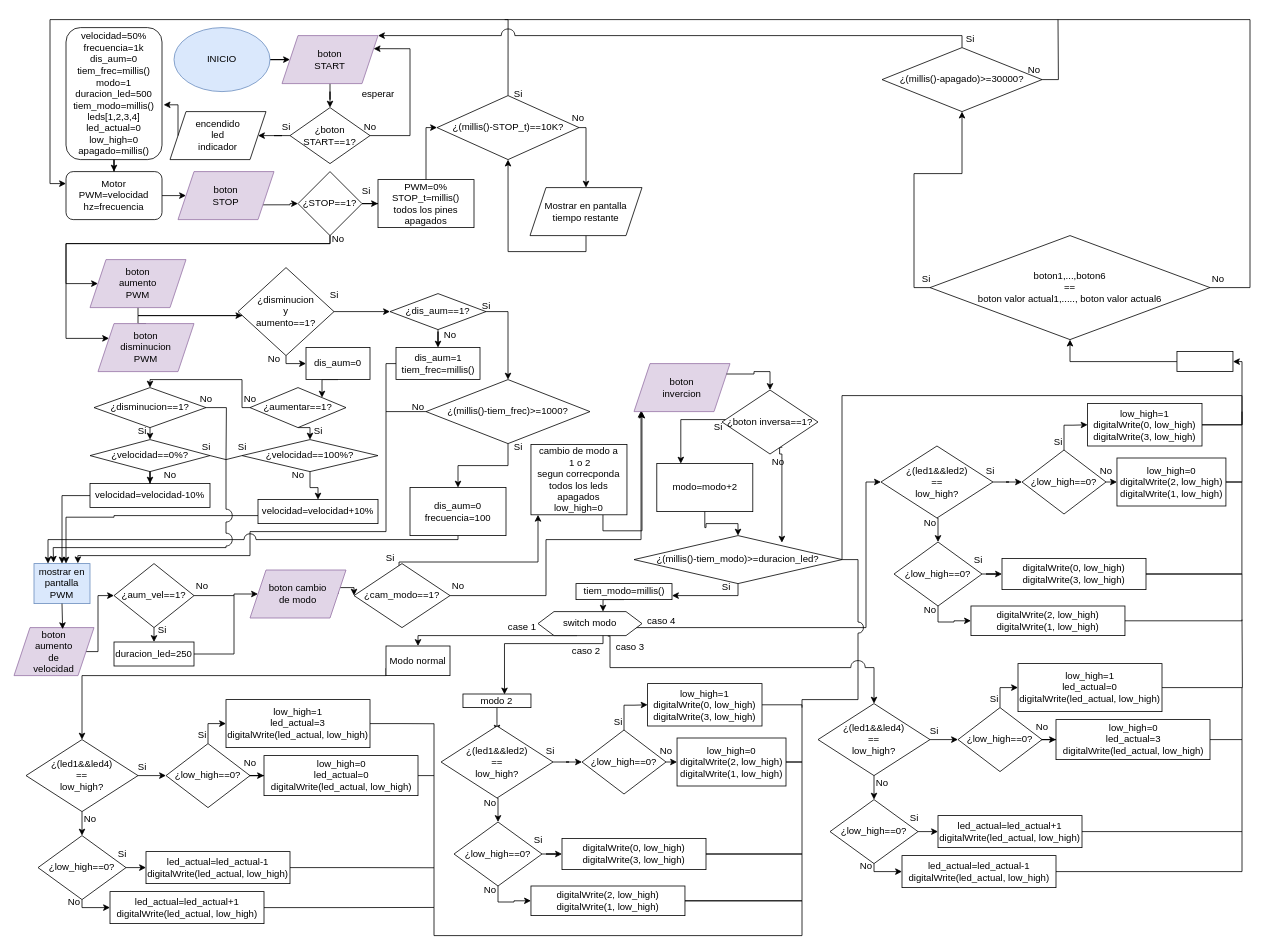
The draw.io diagram diagrama de flujo/Diagrama sin título.drawio in daniguata/examen_tecnico_ingennova, before the edit. Source tidied: cells renumbered, new cells numbered last; positions are measured from the earlier drawing's top-left corner, leaving out a move shared by most shapes. Both pictures are drawn from the tidied source at 80%, with x=0, y=0 at pixel (14, 19).
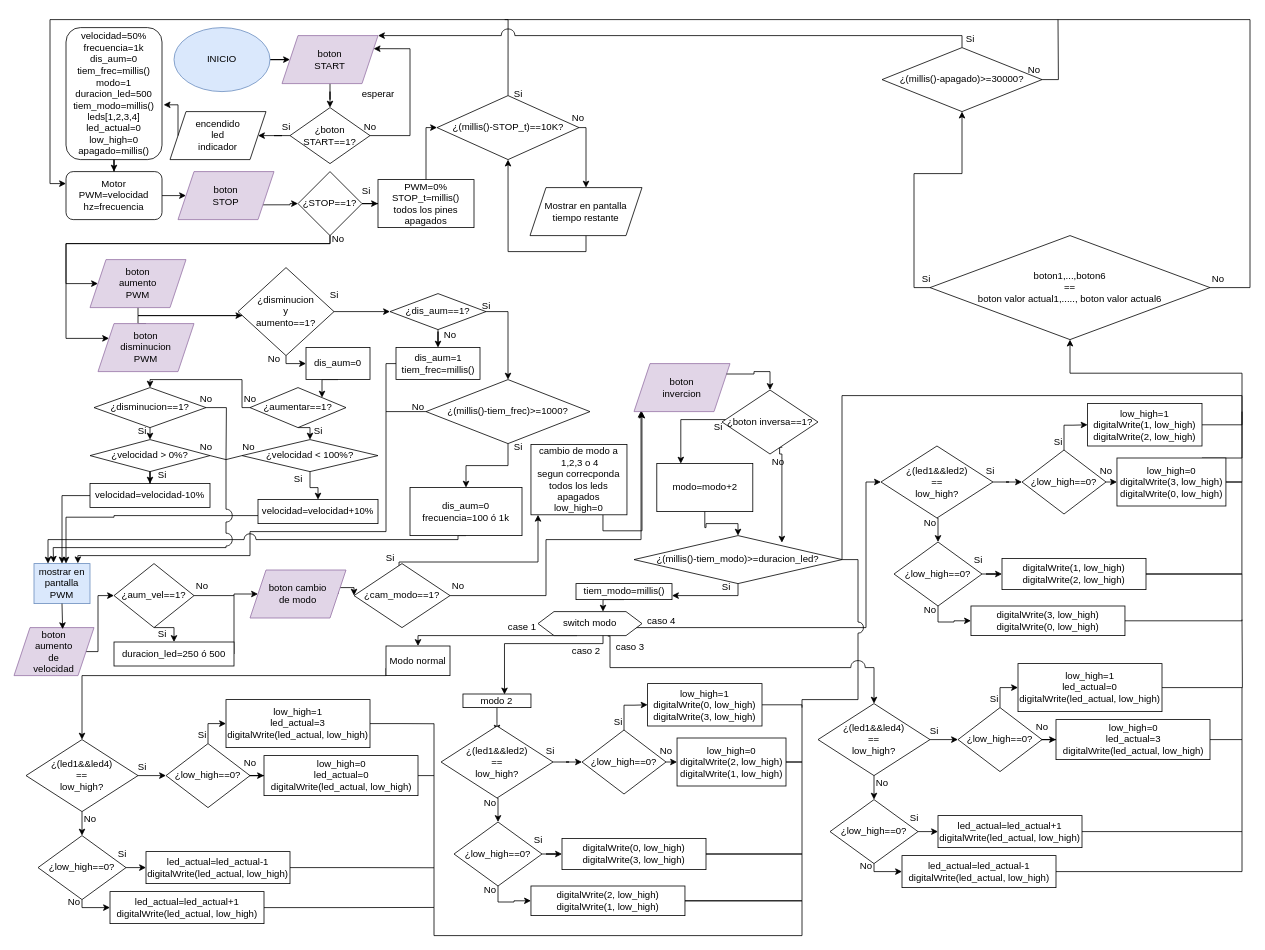
The same page after the edit.

Unchanged cells that the change refers to:
```xml
<mxCell id="235" value="boton1,...,boton6&lt;div&gt;==&lt;/div&gt;&lt;div&gt;boton valor actual1,.....,&amp;nbsp;&lt;span style=&quot;background-color: transparent; color: light-dark(rgb(0, 0, 0), rgb(255, 255, 255));&quot;&gt;boton valor actual6&lt;/span&gt;&lt;/div&gt;" style="rhombus;whiteSpace=wrap;html=1;" parent="1" vertex="1">
  <mxGeometry x="1145" y="270" width="350" height="130" as="geometry" />
</mxCell>
```

What changed in the source:
```diff
@@
-    <mxCell id="42" value="¿velocidad==100%?" style="rhombus;whiteSpace=wrap;html=1;" parent="1" vertex="1">
+    <mxCell id="42" value="¿velocidad &amp;lt; 100%?" style="rhombus;whiteSpace=wrap;html=1;" parent="1" vertex="1">
       <mxGeometry x="285" y="525" width="170" height="40" as="geometry" />
     </mxCell>
@@
-    <mxCell id="44" value="¿velocidad==0%?" style="rhombus;whiteSpace=wrap;html=1;" parent="1" vertex="1">
+    <mxCell id="44" value="¿velocidad &amp;gt; 0%?" style="rhombus;whiteSpace=wrap;html=1;" parent="1" vertex="1">
       <mxGeometry x="95" y="525" width="150" height="40" as="geometry" />
     </mxCell>
@@
     <mxCell id="54" value="No" style="text;html=1;align=center;verticalAlign=middle;strokeColor=none;fillColor=none;" parent="1" vertex="1">
-      <mxGeometry x="175" y="555" width="40" height="30" as="geometry" />
+      <mxGeometry x="220" y="520" width="40" height="30" as="geometry" />
     </mxCell>
     <mxCell id="55" value="No" style="text;html=1;align=center;verticalAlign=middle;strokeColor=none;fillColor=none;" parent="1" vertex="1">
-      <mxGeometry x="335" y="555" width="40" height="30" as="geometry" />
+      <mxGeometry x="272.5" y="520" width="40" height="30" as="geometry" />
     </mxCell>
@@
     <mxCell id="59" value="Si" style="text;html=1;align=center;verticalAlign=middle;strokeColor=none;fillColor=none;" parent="1" vertex="1">
-      <mxGeometry x="225" y="520" width="30" height="30" as="geometry" />
+      <mxGeometry x="170" y="555" width="30" height="30" as="geometry" />
     </mxCell>
     <mxCell id="60" value="Si" style="text;html=1;align=center;verticalAlign=middle;strokeColor=none;fillColor=none;" parent="1" vertex="1">
-      <mxGeometry x="270" y="520" width="30" height="30" as="geometry" />
+      <mxGeometry x="340" y="560" width="30" height="30" as="geometry" />
     </mxCell>
@@
-    <mxCell id="69" value="dis_aum=0&lt;div&gt;frecuencia=100&lt;/div&gt;" style="whiteSpace=wrap;html=1;" parent="1" vertex="1">
-      <mxGeometry x="495" y="585" width="120" height="60" as="geometry" />
+    <mxCell id="69" value="dis_aum=0&lt;div&gt;frecuencia=100 ó 1k&lt;/div&gt;" style="whiteSpace=wrap;html=1;" parent="1" vertex="1">
+      <mxGeometry x="495" y="585" width="140" height="60" as="geometry" />
     </mxCell>
@@
-    <mxCell id="96" value="duracion_led=250" style="whiteSpace=wrap;html=1;" parent="1" vertex="1">
-      <mxGeometry x="125" y="778" width="100" height="30" as="geometry" />
+    <mxCell id="96" value="duracion_led=250 ó 500" style="whiteSpace=wrap;html=1;" parent="1" vertex="1">
+      <mxGeometry x="125" y="778" width="150" height="30" as="geometry" />
     </mxCell>
     <mxCell id="97" value="Si" style="text;html=1;align=center;verticalAlign=middle;strokeColor=none;fillColor=none;" parent="1" vertex="1">
-      <mxGeometry x="170" y="748" width="30" height="30" as="geometry" />
+      <mxGeometry x="170" y="753" width="30" height="30" as="geometry" />
     </mxCell>
@@
-    <mxCell id="110" value="cambio de modo a&lt;div&gt;&amp;nbsp;1 o 2&lt;/div&gt;&lt;div&gt;segun correcponda&lt;/div&gt;&lt;div&gt;todos los leds apagados&lt;/div&gt;&lt;div&gt;low_high=0&lt;/div&gt;" style="whiteSpace=wrap;html=1;" parent="1" vertex="1">
+    <mxCell id="110" value="cambio de modo a&lt;div&gt;&amp;nbsp;1,2,3 o 4&lt;/div&gt;&lt;div&gt;segun correcponda&lt;/div&gt;&lt;div&gt;todos los leds apagados&lt;/div&gt;&lt;div&gt;low_high=0&lt;/div&gt;" style="whiteSpace=wrap;html=1;" parent="1" vertex="1">
       <mxGeometry x="646.2" y="531" width="120" height="88" as="geometry" />
     </mxCell>
@@
-    <mxCell id="200" style="edgeStyle=orthogonalEdgeStyle;rounded=0;jettySize=auto;html=1;exitX=1;exitY=0.5;exitDx=0;exitDy=0;entryX=1;entryY=0.5;entryDx=0;entryDy=0;" parent="1" edge="1" source="201" target="233">
+    <mxCell id="200" style="edgeStyle=orthogonalEdgeStyle;rounded=0;jettySize=auto;html=1;exitX=1;exitY=0.5;exitDx=0;exitDy=0;entryX=0.5;entryY=1;entryDx=0;entryDy=0;" parent="1" edge="1" target="235">
       <mxGeometry relative="1" as="geometry">
+        <mxPoint x="1484.9" y="548" as="sourcePoint" />
         <Array as="points">
-          <mxPoint x="1535" y="507" />
-          <mxPoint x="1535" y="428" />
-          <mxPoint x="1524" y="428" />
+          <mxPoint x="1535" y="548" />
+          <mxPoint x="1535" y="442" />
+          <mxPoint x="1320" y="442" />
         </Array>
       </mxGeometry>
     </mxCell>
-    <mxCell id="201" value="low_high=1&lt;div&gt;digitalWrite(0, low_high)&lt;/div&gt;&lt;div&gt;&lt;div&gt;digitalWrite(3, low_high)&lt;/div&gt;&lt;/div&gt;" style="whiteSpace=wrap;html=1;" parent="1" vertex="1">
+    <mxCell id="201" value="low_high=1&lt;div&gt;digitalWrite(1, low_high)&lt;/div&gt;&lt;div&gt;&lt;div&gt;digitalWrite(2, low_high)&lt;/div&gt;&lt;/div&gt;" style="whiteSpace=wrap;html=1;" parent="1" vertex="1">
       <mxGeometry x="1342" y="480" width="143" height="53" as="geometry" />
     </mxCell>
@@
-    <mxCell id="204" value="low_high=0&lt;div&gt;digitalWrite(2, low_high)&lt;/div&gt;&lt;div&gt;&lt;div&gt;digitalWrite(1, low_high)&lt;/div&gt;&lt;/div&gt;" style="whiteSpace=wrap;html=1;" parent="1" vertex="1">
+    <mxCell id="204" value="low_high=0&lt;div&gt;digitalWrite(3, low_high)&lt;/div&gt;&lt;div&gt;&lt;div&gt;digitalWrite(0, low_high)&lt;/div&gt;&lt;/div&gt;" style="whiteSpace=wrap;html=1;" parent="1" vertex="1">
       <mxGeometry x="1378.7" y="548" width="136.2" height="60" as="geometry" />
     </mxCell>
@@
-    <mxCell id="211" value="&lt;div&gt;digitalWrite(0, low_high)&lt;/div&gt;&lt;div&gt;digitalWrite(3, low_high)&lt;/div&gt;" style="whiteSpace=wrap;html=1;" parent="1" vertex="1">
+    <mxCell id="211" value="&lt;div&gt;digitalWrite(1, low_high)&lt;/div&gt;&lt;div&gt;digitalWrite(2, low_high)&lt;/div&gt;" style="whiteSpace=wrap;html=1;" parent="1" vertex="1">
       <mxGeometry x="1235" y="673.5" width="180" height="39" as="geometry" />
     </mxCell>
-    <mxCell id="212" value="&lt;div&gt;digitalWrite(2, low_high)&lt;/div&gt;&lt;div&gt;digitalWrite(1, low_high)&lt;/div&gt;" style="whiteSpace=wrap;html=1;" parent="1" vertex="1">
+    <mxCell id="212" value="&lt;div&gt;digitalWrite(3, low_high)&lt;/div&gt;&lt;div&gt;digitalWrite(0, low_high)&lt;/div&gt;" style="whiteSpace=wrap;html=1;" parent="1" vertex="1">
       <mxGeometry x="1196.2" y="733" width="192.5" height="37" as="geometry" />
     </mxCell>
@@
-    <mxCell id="232" style="edgeStyle=orthogonalEdgeStyle;rounded=0;jettySize=auto;html=1;exitX=0;exitY=0.5;exitDx=0;exitDy=0;" parent="1" edge="1" source="233" target="235">
-      <mxGeometry relative="1" as="geometry" />
-    </mxCell>
-    <mxCell id="233" style="rounded=0;whiteSpace=wrap;html=1;" parent="1" vertex="1">
-      <mxGeometry x="1453.7" y="415" width="70" height="25" as="geometry" />
-    </mxCell>
```
